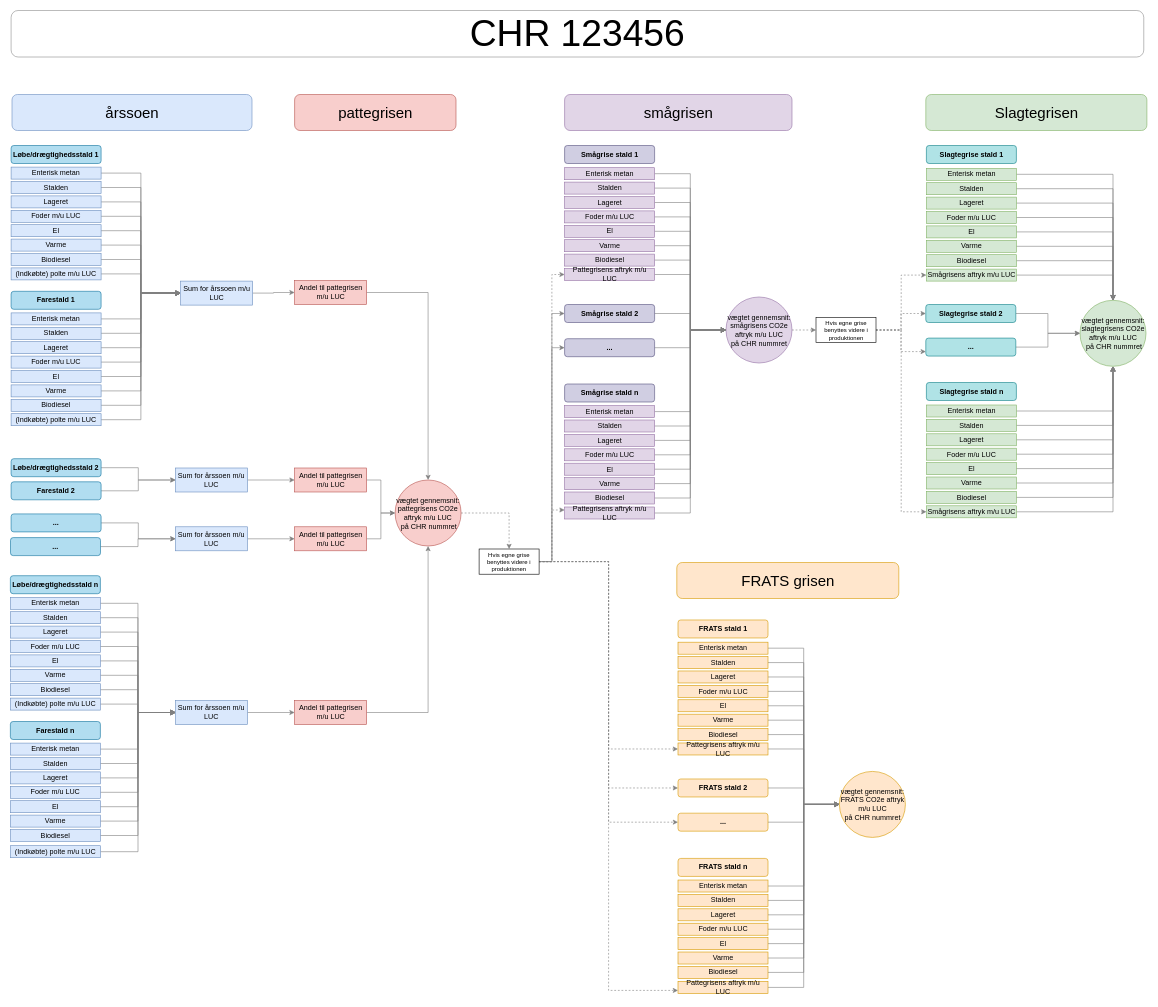
Above: Produktaftryk_calculation_flowchart.drawio in segesdk/SAF_dokumentation (draw.io), before the change. Source tidied: cells renumbered, new cells numbered last; positions are measured from the earlier drawing's top-left corner, leaving out a move shared by most shapes. Both pictures are drawn from the tidied source at 60%, with x=0, y=0 at pixel (10, 10).
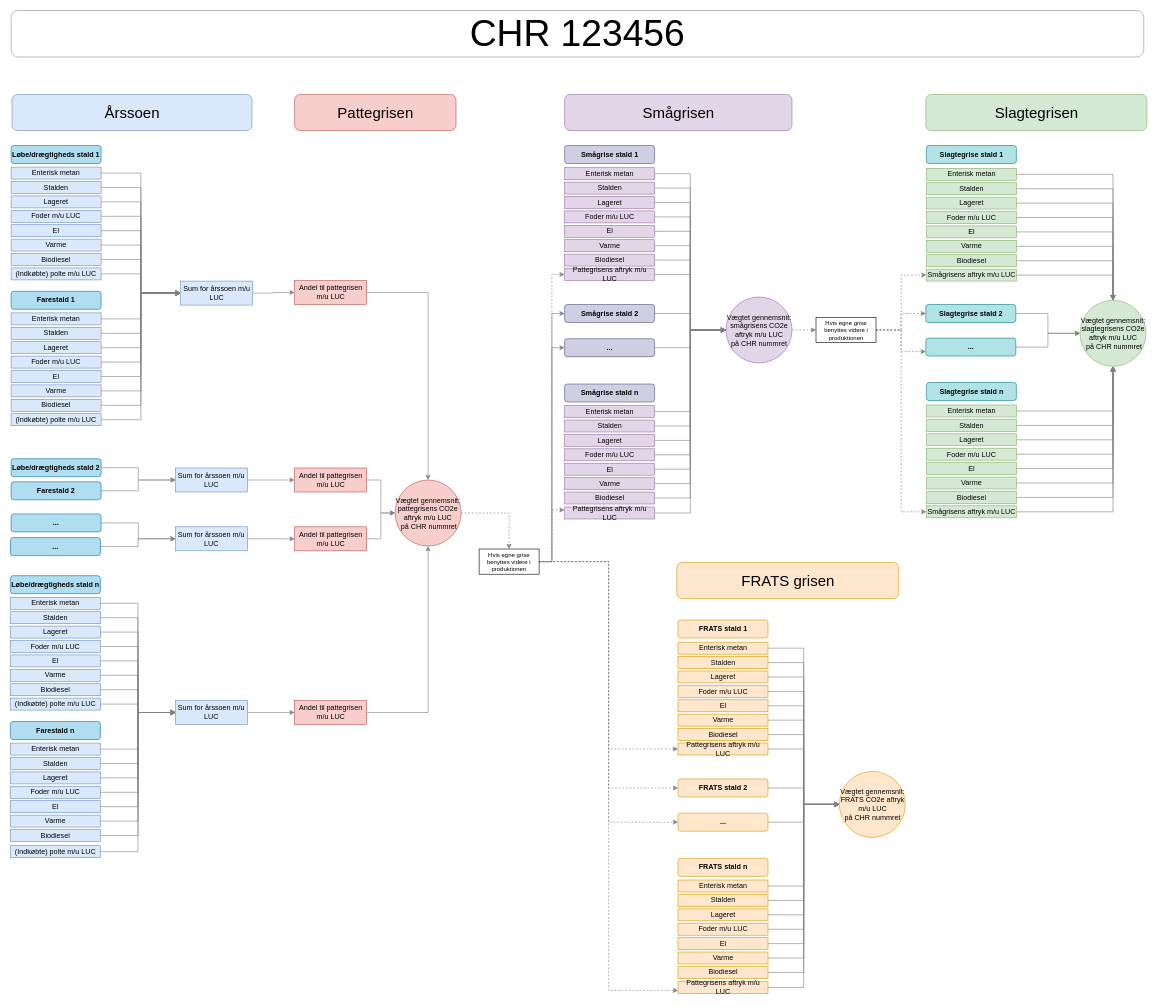
The same page after the edit.

The edit, as a diff of the source:
```diff
@@
-    <mxCell id="2" value="årssoen" style="rounded=1;whiteSpace=wrap;html=1;fillColor=#dae8fc;fontSize=25;strokeColor=#6c8ebf;" parent="1" vertex="1">
+    <mxCell id="2" value="Årssoen" style="rounded=1;whiteSpace=wrap;html=1;fillColor=#dae8fc;fontSize=25;strokeColor=#6c8ebf;" parent="1" vertex="1">
       <mxGeometry x="2.5" y="140" width="400" height="60" as="geometry" />
     </mxCell>
@@
-    <mxCell id="4" value="vægtet gennemsnit: pattegrisens CO2e aftryk m/u LUC&lt;br&gt;&amp;nbsp;på CHR nummret" style="ellipse;whiteSpace=wrap;html=1;shadow=0;fontFamily=Helvetica;fontSize=12;align=center;strokeColor=#b85450;fillColor=#f8cecc;sketch=0;" parent="1" vertex="1">
+    <mxCell id="4" value="Vægtet gennemsnit: pattegrisens CO2e aftryk m/u LUC&lt;br&gt;&amp;nbsp;på CHR nummret" style="ellipse;whiteSpace=wrap;html=1;shadow=0;fontFamily=Helvetica;fontSize=12;align=center;strokeColor=#b85450;fillColor=#f8cecc;sketch=0;" parent="1" vertex="1">
       <mxGeometry x="641" y="782.5" width="110" height="110" as="geometry" />
     </mxCell>
-    <mxCell id="5" value="pattegrisen" style="rounded=1;whiteSpace=wrap;html=1;fillColor=#f8cecc;fontSize=25;strokeColor=#b85450;" parent="1" vertex="1">
+    <mxCell id="5" value="Pattegrisen" style="rounded=1;whiteSpace=wrap;html=1;fillColor=#f8cecc;fontSize=25;strokeColor=#b85450;" parent="1" vertex="1">
       <mxGeometry x="473.5" y="140" width="269" height="60" as="geometry" />
     </mxCell>
@@
-    <mxCell id="7" value="vægtet gennemsnit: smågrisens CO2e aftryk m/u LUC&lt;br&gt;på CHR nummret" style="ellipse;whiteSpace=wrap;html=1;fontFamily=Helvetica;fontSize=12;fontColor=default;align=center;strokeColor=#9673a6;fillColor=#e1d5e7;" parent="1" vertex="1">
+    <mxCell id="7" value="Vægtet gennemsnit: smågrisens CO2e aftryk m/u LUC&lt;br&gt;på CHR nummret" style="ellipse;whiteSpace=wrap;html=1;fontFamily=Helvetica;fontSize=12;fontColor=default;align=center;strokeColor=#9673a6;fillColor=#e1d5e7;" parent="1" vertex="1">
       <mxGeometry x="1192.5" y="477.5" width="110" height="110" as="geometry" />
     </mxCell>
-    <mxCell id="8" value="&lt;font style=&quot;font-size: 25px;&quot;&gt;smågrisen&lt;/font&gt;" style="rounded=1;whiteSpace=wrap;html=1;fillColor=#e1d5e7;strokeColor=#9673a6;" parent="1" vertex="1">
+    <mxCell id="8" value="&lt;font style=&quot;font-size: 25px;&quot;&gt;Smågrisen&lt;/font&gt;" style="rounded=1;whiteSpace=wrap;html=1;fillColor=#e1d5e7;strokeColor=#9673a6;" parent="1" vertex="1">
       <mxGeometry x="923.5" y="140" width="379" height="60" as="geometry" />
     </mxCell>
@@
-    <mxCell id="42" value="Løbe/drægtighedsstald 1" style="rounded=1;whiteSpace=wrap;html=1;fillColor=#b1ddf0;rotation=0;strokeColor=#10739e;fontStyle=1;" parent="1" vertex="1">
+    <mxCell id="42" value="Løbe/drægtigheds stald 1" style="rounded=1;whiteSpace=wrap;html=1;fillColor=#b1ddf0;rotation=0;strokeColor=#10739e;fontStyle=1;" parent="1" vertex="1">
       <mxGeometry x="1" y="225" width="150" height="30" as="geometry" />
     </mxCell>
@@
-    <mxCell id="86" value="vægtet gennemsnit: slagtegrisens CO2e aftryk m/u LUC&lt;br&gt;&amp;nbsp;på CHR nummret" style="ellipse;whiteSpace=wrap;html=1;fontFamily=Helvetica;fontSize=12;fontColor=default;align=center;strokeColor=#82b366;fillColor=#d5e8d4;" parent="1" vertex="1">
+    <mxCell id="86" value="Vægtet gennemsnit: slagtegrisens CO2e aftryk m/u LUC&lt;br&gt;&amp;nbsp;på CHR nummret" style="ellipse;whiteSpace=wrap;html=1;fontFamily=Helvetica;fontSize=12;fontColor=default;align=center;strokeColor=#82b366;fillColor=#d5e8d4;" parent="1" vertex="1">
       <mxGeometry x="1782.5" y="483" width="110" height="110" as="geometry" />
     </mxCell>
@@
-    <mxCell id="136" value="Løbe/drægtighedsstald 2" style="rounded=1;whiteSpace=wrap;html=1;fillColor=#b1ddf0;rotation=0;strokeColor=#10739e;fontStyle=1;" parent="1" vertex="1">
+    <mxCell id="136" value="Løbe/drægtigheds stald 2" style="rounded=1;whiteSpace=wrap;html=1;fillColor=#b1ddf0;rotation=0;strokeColor=#10739e;fontStyle=1;" parent="1" vertex="1">
       <mxGeometry x="1" y="747" width="150" height="30" as="geometry" />
     </mxCell>
@@
-    <mxCell id="171" value="Løbe/drægtighedsstald n" style="rounded=1;whiteSpace=wrap;html=1;fillColor=#b1ddf0;rotation=0;strokeColor=#10739e;fontStyle=1;" parent="1" vertex="1">
+    <mxCell id="171" value="Løbe/drægtigheds stald n" style="rounded=1;whiteSpace=wrap;html=1;fillColor=#b1ddf0;rotation=0;strokeColor=#10739e;fontStyle=1;" parent="1" vertex="1">
       <mxGeometry x="-0.2" y="942" width="150" height="30" as="geometry" />
     </mxCell>
@@
-    <mxCell id="195" value="vægtet gennemsnit: FRATS CO2e aftryk m/u LUC&lt;br&gt;på CHR nummret" style="ellipse;whiteSpace=wrap;html=1;fontFamily=Helvetica;fontSize=12;align=center;strokeColor=#d79b00;fillColor=#ffe6cc;" parent="1" vertex="1">
+    <mxCell id="195" value="Vægtet gennemsnit: FRATS CO2e aftryk m/u LUC&lt;br&gt;på CHR nummret" style="ellipse;whiteSpace=wrap;html=1;fontFamily=Helvetica;fontSize=12;align=center;strokeColor=#d79b00;fillColor=#ffe6cc;" parent="1" vertex="1">
       <mxGeometry x="1381.5" y="1268.2" width="110" height="110" as="geometry" />
     </mxCell>
```
